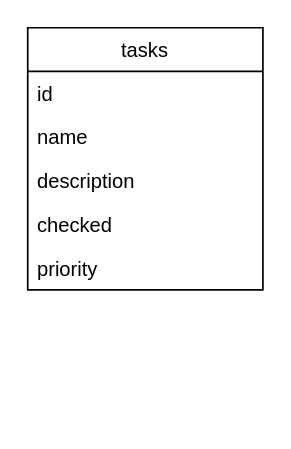
Earlier version of the draw.io diagram smart-todo.drawio (SergiyStebelskiy/smart-todo-api). Source tidied: cells renumbered, new cells numbered last; positions are measured from the earlier drawing's top-left corner, leaving out a move shared by most shapes. Both pictures are drawn from the tidied source at 168%, with x=0, y=0 at pixel (27, 27).
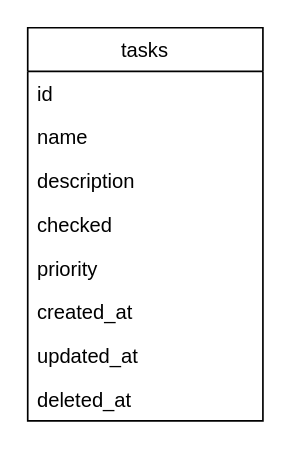
After the change.

Commit message:
updated db structure graph

Diff of the diagram source:
```diff
@@
 <mxGraphModel>
   <root>
     <mxCell id="0" />
     <mxCell id="1" parent="0" />
     <mxCell id="2" value="tasks" style="swimlane;fontStyle=0;horizontal=1;startSize=26;" parent="1" vertex="1">
-      <mxGeometry width="140" height="156" as="geometry" />
+      <mxGeometry width="140" height="234" as="geometry" />
     </mxCell>
     <mxCell id="3" value="id" style="text;strokeColor=none;fillColor=none;align=left;verticalAlign=top;spacingLeft=4;spacingRight=4;overflow=hidden;" parent="2" vertex="1">
       <mxGeometry y="26" width="140" height="26" as="geometry" />
     </mxCell>
     <mxCell id="4" value="name" style="text;strokeColor=none;fillColor=none;align=left;verticalAlign=top;spacingLeft=4;spacingRight=4;overflow=hidden;" parent="2" vertex="1">
       <mxGeometry y="52" width="140" height="26" as="geometry" />
     </mxCell>
     <mxCell id="5" value="description" style="text;strokeColor=none;fillColor=none;align=left;verticalAlign=top;spacingLeft=4;spacingRight=4;overflow=hidden;" parent="2" vertex="1">
       <mxGeometry y="78" width="140" height="26" as="geometry" />
     </mxCell>
     <mxCell id="6" value="checked" style="text;strokeColor=none;fillColor=none;align=left;verticalAlign=top;spacingLeft=4;spacingRight=4;overflow=hidden;" parent="2" vertex="1">
       <mxGeometry y="104" width="140" height="26" as="geometry" />
     </mxCell>
-    <mxCell id="7" value="priority" style="text;strokeColor=none;fillColor=none;align=left;verticalAlign=top;spacingLeft=4;spacingRight=4;overflow=hidden;" parent="2" vertex="1">
+    <mxCell id="7" value="priority&#10;&#10;" style="text;strokeColor=none;fillColor=none;align=left;verticalAlign=top;spacingLeft=4;spacingRight=4;overflow=hidden;" parent="2" vertex="1">
       <mxGeometry y="130" width="140" height="26" as="geometry" />
     </mxCell>
+    <mxCell id="8" value="created_at" style="text;strokeColor=none;fillColor=none;align=left;verticalAlign=top;spacingLeft=4;spacingRight=4;overflow=hidden;" parent="2" vertex="1">
+      <mxGeometry y="156" width="140" height="26" as="geometry" />
+    </mxCell>
+    <mxCell id="9" value="updated_at" style="text;strokeColor=none;fillColor=none;align=left;verticalAlign=top;spacingLeft=4;spacingRight=4;overflow=hidden;" parent="2" vertex="1">
+      <mxGeometry y="182" width="140" height="26" as="geometry" />
+    </mxCell>
+    <mxCell id="10" value="deleted_at" style="text;strokeColor=none;fillColor=none;align=left;verticalAlign=top;spacingLeft=4;spacingRight=4;overflow=hidden;" parent="2" vertex="1">
+      <mxGeometry y="208" width="140" height="26" as="geometry" />
+    </mxCell>
   </root>
 </mxGraphModel>
```
